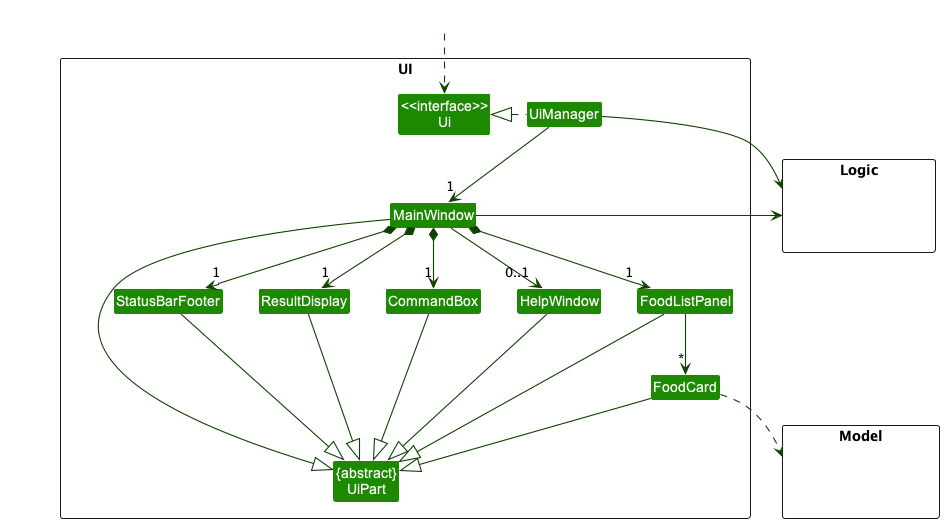
nus-cs2103-AY2223S1/tp keeps this PlantUML diagram as docs/images/UiClassDiagram.png. Above is the earlier version.
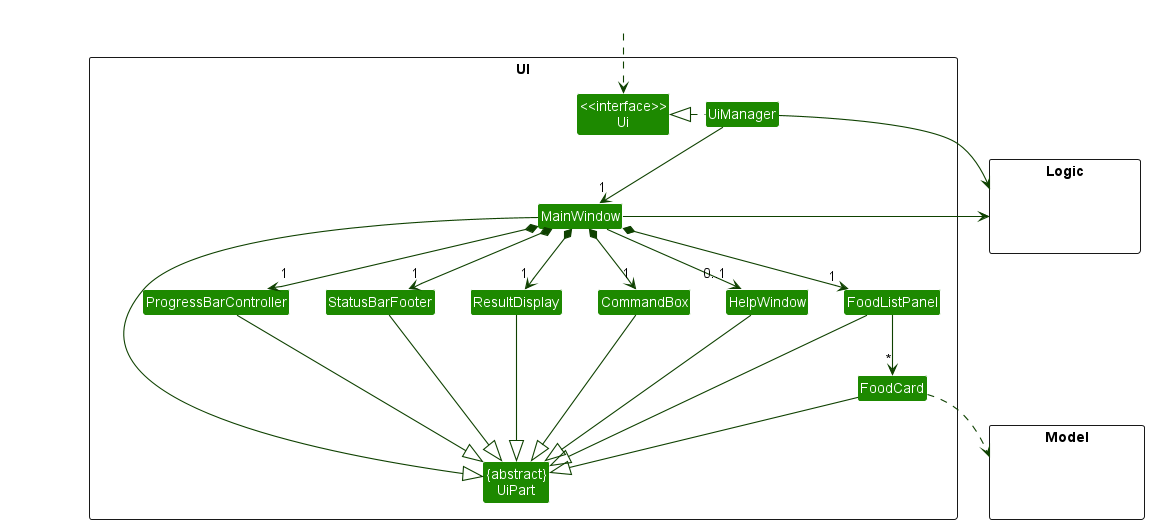
The same diagram one commit later.

What changed in the source:
```diff
@@ -15,6 +15,7 @@
 Class FoodCard
 Class StatusBarFooter
 Class CommandBox
+Class ProgressBarController
 }
 
 package Model <<Rectangle>> {
@@ -34,6 +35,7 @@
 MainWindow *-down-> "1" ResultDisplay
 MainWindow *-down-> "1" FoodListPanel
 MainWindow *-down-> "1" StatusBarFooter
+MainWindow *-down-> "1" ProgressBarController
 MainWindow --> "0..1" HelpWindow
 
 FoodListPanel -down-> "*" FoodCard
@@ -46,6 +48,7 @@
 FoodCard --|> UiPart
 StatusBarFooter --|> UiPart
 HelpWindow --|> UiPart
+ProgressBarController --|> UiPart
 
 FoodCard ..> Model
 UiManager -right-> Logic
@@ -55,6 +58,7 @@
 HelpWindow -[hidden]left- CommandBox
 CommandBox -[hidden]left- ResultDisplay
 ResultDisplay -[hidden]left- StatusBarFooter
+StatusBarFooter -[hidden]left- ProgressBarController
 
 MainWindow -[hidden]-|> UiPart
 @enduml
```
